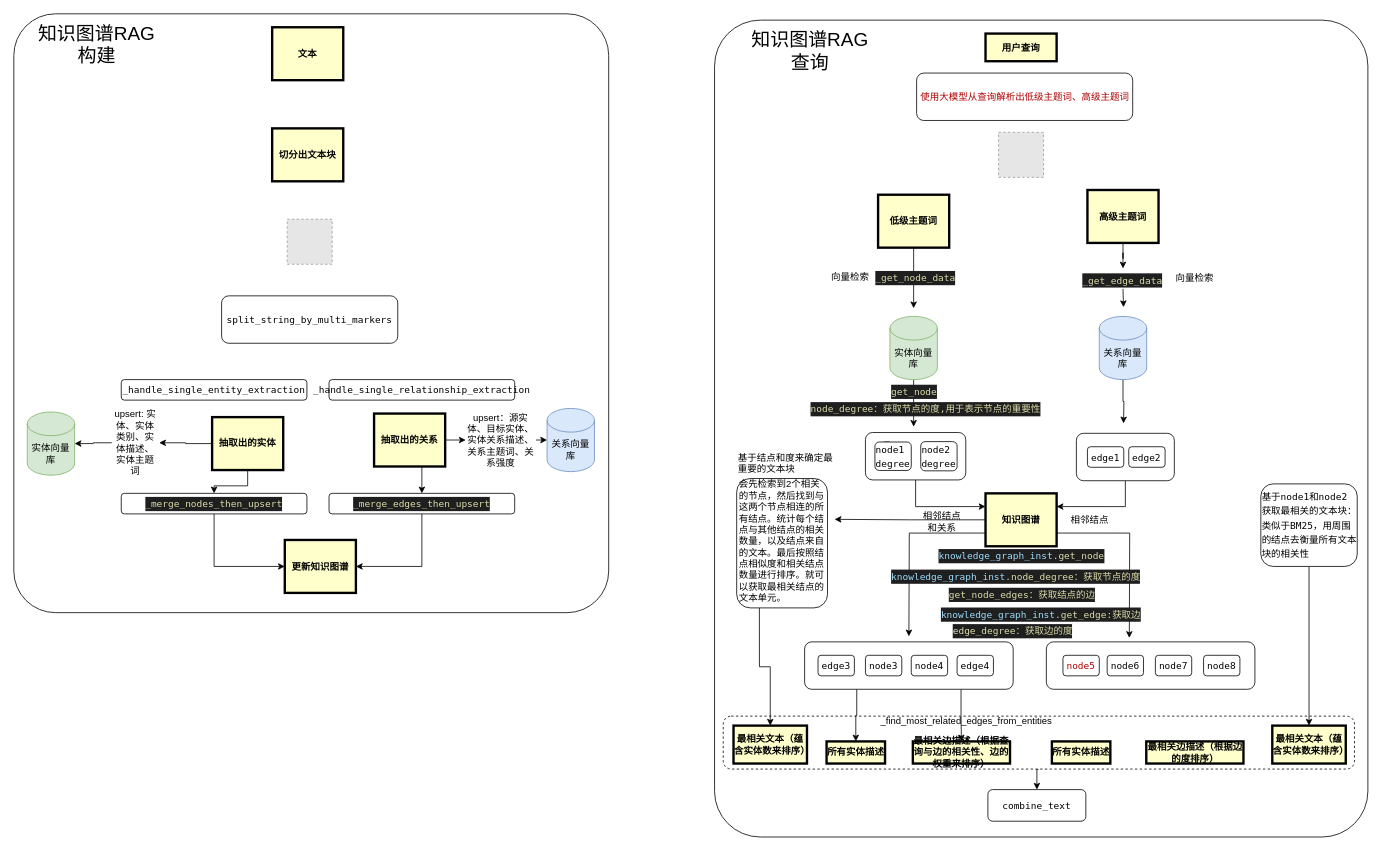
Earlier version of the draw.io diagram 知识图谱RAG.drawio (liweizhen111/GIt-GitHub_Note). Source tidied: cells renumbered, new cells numbered last; positions are measured from the earlier drawing's top-left corner, leaving out a move shared by most shapes. Both pictures are drawn from the tidied source at 79%, with x=0, y=0 at pixel (13, 13). Pictures stored in the file or linked from it are replaced by grey dashed boxes.
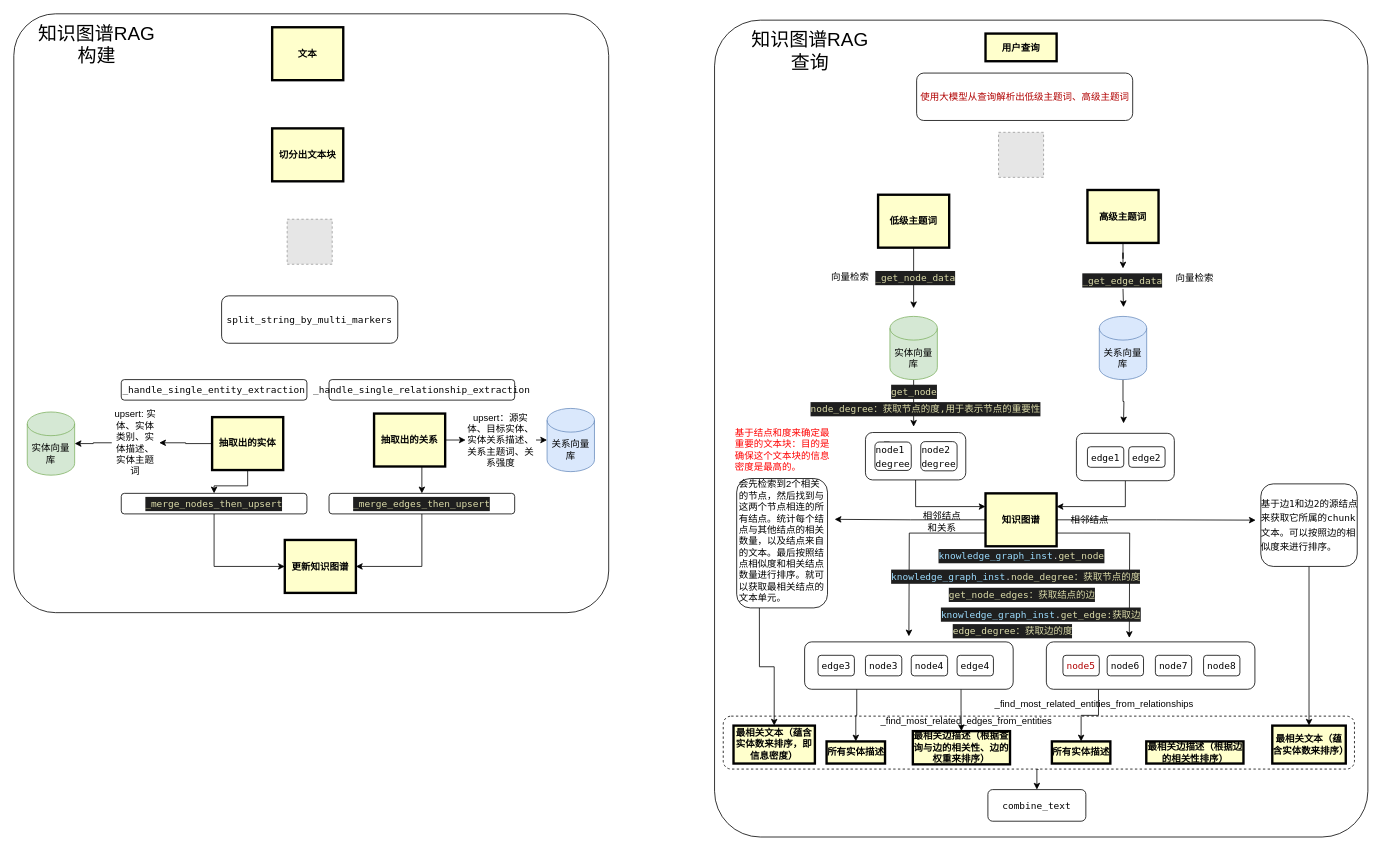
After the change.

Commit message:
更新知识图谱RAG.drawio

The change refers to these unchanged cells:
```xml
<mxCell id="32" value="知识图谱" style="whiteSpace=wrap;align=center;verticalAlign=middle;fontStyle=1;strokeWidth=3;fillColor=#FFFFCC;" parent="1" vertex="1">
  <mxGeometry x="1230" y="607" width="90" height="67" as="geometry" />
</mxCell>
<mxCell id="67" value="&lt;div style=&quot;text-align: start; font-family: Menlo, Monaco, &amp;quot;Courier New&amp;quot;, monospace; line-height: 18px; white-space: pre;&quot;&gt;&lt;br&gt;&lt;/div&gt;" style="rounded=1;whiteSpace=wrap;html=1;" parent="1" vertex="1">
  <mxGeometry x="1307" y="795" width="264" height="60" as="geometry" />
</mxCell>
<mxCell id="86" value="所有实体描述" style="whiteSpace=wrap;align=center;verticalAlign=middle;fontStyle=1;strokeWidth=3;fillColor=#FFFFCC;" parent="1" vertex="1">
  <mxGeometry x="1314" y="921" width="74" height="28" as="geometry" />
</mxCell>
```

The edit, as a diff of the source:
```diff
@@
+    <mxCell id="96" style="edgeStyle=orthogonalEdgeStyle;rounded=0;jettySize=auto;html=1;exitX=1;exitY=0.5;exitDx=0;exitDy=0;" parent="1" edge="1" source="32">
+      <mxGeometry relative="1" as="geometry">
+        <mxPoint x="1572" y="640.9" as="targetPoint" />
+      </mxGeometry>
+    </mxCell>
@@
+    <mxCell id="97" style="edgeStyle=orthogonalEdgeStyle;rounded=0;jettySize=auto;html=1;exitX=0.25;exitY=1;exitDx=0;exitDy=0;entryX=0.5;entryY=0;entryDx=0;entryDy=0;" parent="1" edge="1" source="67" target="86">
+      <mxGeometry relative="1" as="geometry" />
+    </mxCell>
@@
-    <mxCell id="80" value="最相关文本（蕴含实体数来排序）" style="whiteSpace=wrap;align=center;verticalAlign=middle;fontStyle=1;strokeWidth=3;fillColor=#FFFFCC;" parent="1" vertex="1">
-      <mxGeometry x="911" y="901" width="93" height="48" as="geometry" />
+    <mxCell id="80" value="最相关文本（蕴含实体数来排序，即信息密度）" style="whiteSpace=wrap;align=center;verticalAlign=middle;fontStyle=1;strokeWidth=3;fillColor=#FFFFCC;" parent="1" vertex="1">
+      <mxGeometry x="911" y="901" width="103" height="48" as="geometry" />
     </mxCell>
@@
     <mxCell id="82" value="最相关边描述（根据查询与边的相关性、边的权重来排序）" style="whiteSpace=wrap;align=center;verticalAlign=middle;fontStyle=1;strokeWidth=3;fillColor=#FFFFCC;" parent="1" vertex="1">
-      <mxGeometry x="1138" y="921" width="123" height="28" as="geometry" />
+      <mxGeometry x="1138" y="908" width="123" height="42" as="geometry" />
     </mxCell>
@@
-    <mxCell id="87" value="最相关边描述（根据边的度排序）" style="whiteSpace=wrap;align=center;verticalAlign=middle;fontStyle=1;strokeWidth=3;fillColor=#FFFFCC;" parent="1" vertex="1">
+    <mxCell id="87" value="最相关边描述（根据边的相关性排序）" style="whiteSpace=wrap;align=center;verticalAlign=middle;fontStyle=1;strokeWidth=3;fillColor=#FFFFCC;" parent="1" vertex="1">
       <mxGeometry x="1433.5" y="921" width="123" height="28" as="geometry" />
     </mxCell>
@@
-    <mxCell id="89" value="&lt;div style=&quot;text-align: start; font-family: Menlo, Monaco, &amp;quot;Courier New&amp;quot;, monospace; line-height: 18px; white-space: pre;&quot;&gt;基于node1和node2&lt;/div&gt;&lt;div style=&quot;text-align: start; font-family: Menlo, Monaco, &amp;quot;Courier New&amp;quot;, monospace; line-height: 18px; white-space: pre;&quot;&gt;获取最相关的文本块：&lt;/div&gt;&lt;div style=&quot;text-align: start; font-family: Menlo, Monaco, &amp;quot;Courier New&amp;quot;, monospace; line-height: 18px; white-space: pre;&quot;&gt;类似于BM25，用周围&lt;/div&gt;&lt;div style=&quot;text-align: start; font-family: Menlo, Monaco, &amp;quot;Courier New&amp;quot;, monospace; line-height: 18px; white-space: pre;&quot;&gt;的结点去衡量所有文本&lt;/div&gt;&lt;div style=&quot;text-align: start; font-family: Menlo, Monaco, &amp;quot;Courier New&amp;quot;, monospace; line-height: 18px; white-space: pre;&quot;&gt;块的相关性&lt;/div&gt;" style="rounded=1;whiteSpace=wrap;html=1;" parent="1" vertex="1">
+    <mxCell id="89" value="&lt;div style=&quot;text-align: start; font-family: Menlo, Monaco, &amp;quot;Courier New&amp;quot;, monospace; line-height: 18px; white-space: pre;&quot;&gt;基于边1和边2的源结点&lt;/div&gt;&lt;div style=&quot;text-align: start; font-family: Menlo, Monaco, &amp;quot;Courier New&amp;quot;, monospace; line-height: 18px; white-space: pre;&quot;&gt;来获取它所属的chunk&lt;/div&gt;&lt;div style=&quot;text-align: start; font-family: Menlo, Monaco, &amp;quot;Courier New&amp;quot;, monospace; line-height: 18px; white-space: pre;&quot;&gt;文本。可以按照边的相&lt;/div&gt;&lt;div style=&quot;text-align: start; font-family: Menlo, Monaco, &amp;quot;Courier New&amp;quot;, monospace; line-height: 18px; white-space: pre;&quot;&gt;似度来进行排序。&lt;/div&gt;" style="rounded=1;whiteSpace=wrap;html=1;" parent="1" vertex="1">
       <mxGeometry x="1578.5" y="595" width="122" height="104.5" as="geometry" />
     </mxCell>
@@
-    <mxCell id="93" value="基于结点和度来确定最重要的文本块" style="text;whiteSpace=wrap;" parent="1" vertex="1">
-      <mxGeometry x="915" y="547.8" width="124.7" height="24.4" as="geometry" />
+    <mxCell id="93" value="基于结点和度来确定最重要的文本块：目的是确保这个文本块的信息密度是最高的。" style="text;whiteSpace=wrap;fontColor=#FF0000;" parent="1" vertex="1">
+      <mxGeometry x="910.5" y="517.1" width="124.7" height="24.4" as="geometry" />
     </mxCell>
@@
+    <mxCell id="98" value="&lt;div style=&quot;caret-color: rgb(0, 0, 0); color: rgb(0, 0, 0); font-style: normal; font-variant-caps: normal; font-weight: 400; letter-spacing: normal; orphans: auto; text-align: start; text-indent: 0px; text-transform: none; white-space: normal; widows: auto; word-spacing: 0px; -webkit-text-stroke-width: 0px; text-decoration: none;&quot;&gt;&lt;div class=&quot;old-record-id-Diyld8ThXo4Nl0xqSBvcpjX1nff&quot;&gt;_find_most_related_entities_from_relationships&lt;/div&gt;&lt;/div&gt;&lt;span data-lark-record-data=&quot;{&amp;quot;rootId&amp;quot;:&amp;quot;MEnfdUtGqovywexuSmAcdTNwnQg&amp;quot;,&amp;quot;text&amp;quot;:{&amp;quot;initialAttributedTexts&amp;quot;:{&amp;quot;text&amp;quot;:{&amp;quot;0&amp;quot;:&amp;quot;_find_most_related_entities_from_relationships&amp;quot;},&amp;quot;attribs&amp;quot;:{&amp;quot;0&amp;quot;:&amp;quot;*0+1a&amp;quot;}},&amp;quot;apool&amp;quot;:{&amp;quot;numToAttrib&amp;quot;:{&amp;quot;0&amp;quot;:[&amp;quot;author&amp;quot;,&amp;quot;7249312765159358468&amp;quot;]},&amp;quot;nextNum&amp;quot;:1}},&amp;quot;type&amp;quot;:&amp;quot;text&amp;quot;,&amp;quot;referenceRecordMap&amp;quot;:{},&amp;quot;extra&amp;quot;:{&amp;quot;channel&amp;quot;:&amp;quot;saas&amp;quot;,&amp;quot;pasteRandomId&amp;quot;:&amp;quot;55b3c805-43b9-42c6-9645-c43acd9895c4&amp;quot;,&amp;quot;mention_page_title&amp;quot;:{},&amp;quot;external_mention_url&amp;quot;:{}},&amp;quot;isKeepQuoteContainer&amp;quot;:false,&amp;quot;isFromCode&amp;quot;:false,&amp;quot;selection&amp;quot;:[{&amp;quot;id&amp;quot;:10,&amp;quot;type&amp;quot;:&amp;quot;text&amp;quot;,&amp;quot;selection&amp;quot;:{&amp;quot;start&amp;quot;:0,&amp;quot;end&amp;quot;:46},&amp;quot;recordId&amp;quot;:&amp;quot;Diyld8ThXo4Nl0xqSBvcpjX1nff&amp;quot;}],&amp;quot;payloadMap&amp;quot;:{},&amp;quot;isCut&amp;quot;:false}&quot; class=&quot;lark-record-clipboard&quot; style=&quot;caret-color: rgb(0, 0, 0); color: rgb(0, 0, 0); font-style: normal; font-variant-caps: normal; font-weight: 400; letter-spacing: normal; orphans: auto; text-align: start; text-indent: 0px; text-transform: none; white-space: normal; widows: auto; word-spacing: 0px; -webkit-text-stroke-width: 0px; text-decoration: none;&quot;&gt;&lt;/span&gt;" style="text;whiteSpace=wrap;html=1;" parent="1" vertex="1">
+      <mxGeometry x="1240" y="860.1" width="256.3" height="19.9" as="geometry" />
+    </mxCell>
```
